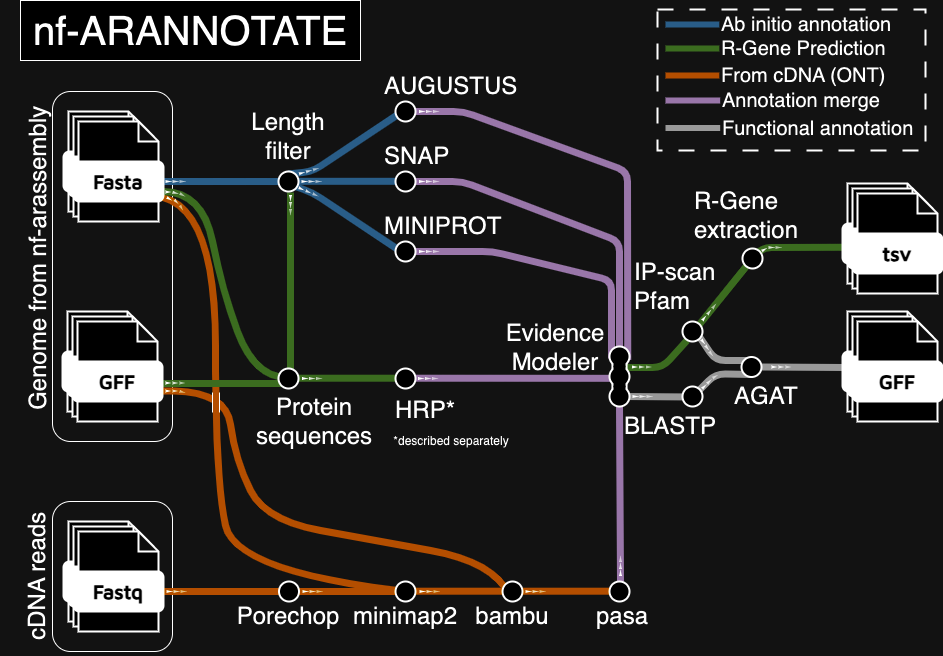
Above: nf-arannotate.tubes.png in nschan/nf-annotate (draw.io), before the change. Source tidied: cells renumbered, new cells last; positions are measured from the earlier drawing's top-left corner, leaving out a move shared by most shapes.
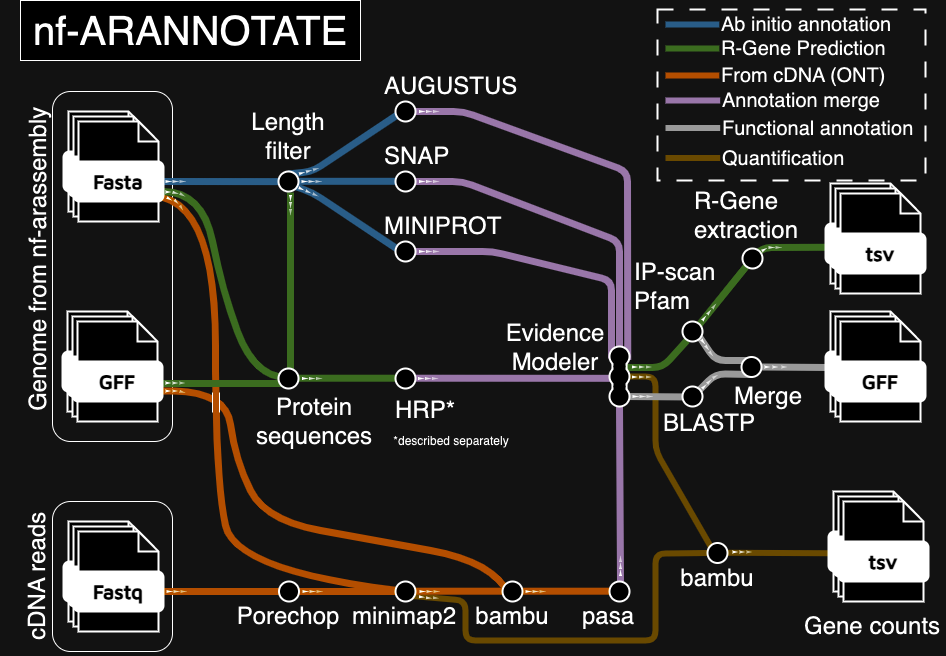
The same file after the commit.

Change to the diagram source:
```diff
@@ -2,6 +2,30 @@
   <root>
     <mxCell id="0" />
     <mxCell id="1" parent="0" />
+    <mxCell id="249" style="endArrow=none;html=1;rounded=1;strokeWidth=6;strokeColor=#D6B656;fillColor=#fff2cc;entryX=0.167;entryY=0.401;entryDx=0;entryDy=0;gradientColor=#ffd966;entryPerimeter=0;" parent="1" edge="1">
+      <mxGeometry relative="1" as="geometry">
+        <mxPoint x="727" y="552.2" as="sourcePoint" />
+        <mxPoint x="835" y="552.8" as="targetPoint" />
+      </mxGeometry>
+    </mxCell>
+    <mxCell id="250" style="endArrow=none;html=1;rounded=1;strokeWidth=6;strokeColor=#D6B656;exitX=0.879;exitY=0.729;exitDx=0;exitDy=0;exitPerimeter=0;" parent="1" edge="1" source="113" target="252">
+      <mxGeometry relative="1" as="geometry">
+        <Array as="points">
+          <mxPoint x="465" y="600" />
+          <mxPoint x="465" y="640" />
+          <mxPoint x="655" y="640" />
+          <mxPoint x="655" y="553" />
+        </Array>
+      </mxGeometry>
+    </mxCell>
+    <mxCell id="251" style="endArrow=none;html=1;rounded=1;strokeWidth=6;strokeColor=#D6B656;entryX=0;entryY=0;entryDx=0;entryDy=0;exitX=1;exitY=0.5;exitDx=0;exitDy=0;" parent="1" edge="1" source="155" target="252">
+      <mxGeometry relative="1" as="geometry">
+        <Array as="points">
+          <mxPoint x="655" y="376" />
+          <mxPoint x="655" y="450" />
+        </Array>
+      </mxGeometry>
+    </mxCell>
     <mxCell id="2" style="rounded=1;whiteSpace=wrap;html=1;fillColor=none;" parent="1" vertex="1">
       <mxGeometry x="52" y="91" width="120" height="350" as="geometry" />
     </mxCell>
@@ -26,13 +50,13 @@
       <mxGeometry width="25" height="3" as="geometry" />
     </mxCell>
     <mxCell id="7" style="triangle;whiteSpace=wrap;html=1;rotation=0;fillColor=#000000;strokeColor=none;" parent="6" vertex="1">
-      <mxGeometry width="6" height="3" as="geometry" />
+      <mxGeometry x="-7" width="6" height="3" as="geometry" />
     </mxCell>
     <mxCell id="8" style="triangle;whiteSpace=wrap;html=1;rotation=0;fillColor=#000000;opacity=80;strokeColor=none;" parent="6" vertex="1">
-      <mxGeometry x="7" width="6" height="3" as="geometry" />
+      <mxGeometry x="1" width="6" height="3" as="geometry" />
     </mxCell>
-    <mxCell id="9" style="triangle;whiteSpace=wrap;html=1;rotation=0;fillColor=#000000;strokeColor=none;opacity=60;" parent="6" vertex="1">
-      <mxGeometry x="14" width="6" height="3" as="geometry" />
+    <mxCell id="9" style="triangle;whiteSpace=wrap;html=1;rotation=-90;fillColor=#000000;strokeColor=none;opacity=60;direction=south;" parent="6" vertex="1">
+      <mxGeometry x="11.5" y="-1.5" width="3" height="6" as="geometry" />
     </mxCell>
     <mxCell id="10" style="endArrow=none;html=1;rounded=1;strokeWidth=7;strokeColor=#666666;exitX=0.569;exitY=0.872;exitDx=0;exitDy=0;exitPerimeter=0;" parent="1" edge="1" source="240">
       <mxGeometry relative="1" as="geometry">
@@ -435,9 +459,6 @@
     <mxCell id="118" style="triangle;whiteSpace=wrap;html=1;rotation=0;fillColor=#000000;strokeColor=none;opacity=60;" parent="115" vertex="1">
       <mxGeometry x="14" width="6" height="3" as="geometry" />
     </mxCell>
-    <mxCell id="119" value="minimap2" style="text;html=1;align=center;verticalAlign=middle;whiteSpace=wrap;rounded=0;fontSize=24;" parent="1" vertex="1">
-      <mxGeometry x="345" y="601" width="120" height="30" as="geometry" />
-    </mxCell>
     <mxCell id="120" style="group;" parent="1" vertex="1">
       <mxGeometry x="165" y="389" width="25" height="3" as="geometry" />
     </mxCell>
@@ -487,7 +508,7 @@
       <mxGeometry x="14" width="6" height="3" as="geometry" />
     </mxCell>
     <mxCell id="136" value="pasa" style="text;html=1;align=center;verticalAlign=middle;whiteSpace=wrap;rounded=0;fontSize=24;" parent="1" vertex="1">
-      <mxGeometry x="562" y="601" width="120" height="30" as="geometry" />
+      <mxGeometry x="548" y="601" width="120" height="30" as="geometry" />
     </mxCell>
     <mxCell id="137" style="group;rotation=-90;" parent="1" vertex="1">
       <mxGeometry x="572" y="531" width="96" height="3" as="geometry" />
@@ -632,7 +653,7 @@
       <mxGeometry x="495" y="318" width="120" height="57" as="geometry" />
     </mxCell>
     <mxCell id="179" style="group;" parent="1" vertex="1">
-      <mxGeometry x="842" y="311" width="100" height="110" as="geometry" />
+      <mxGeometry x="825" y="311" width="100" height="110" as="geometry" />
     </mxCell>
     <mxCell id="180" style="shape=note;whiteSpace=wrap;html=1;backgroundOutline=1;darkOpacity=0.05;rounded=1;size=20;strokeWidth=2;" parent="179" vertex="1">
       <mxGeometry x="5" width="80" height="100" as="geometry" />
@@ -720,7 +741,7 @@
       <mxGeometry x="692" y="190" width="120" height="50" as="geometry" />
     </mxCell>
     <mxCell id="207" style="group;" parent="1" vertex="1">
-      <mxGeometry x="842" y="183" width="100" height="110" as="geometry" />
+      <mxGeometry x="825" y="183" width="100" height="110" as="geometry" />
     </mxCell>
     <mxCell id="208" style="shape=note;whiteSpace=wrap;html=1;backgroundOutline=1;darkOpacity=0.05;rounded=1;size=20;strokeWidth=2;" parent="207" vertex="1">
       <mxGeometry x="5" width="80" height="100" as="geometry" />
@@ -759,7 +780,7 @@
       <mxGeometry x="682" y="386" width="20" height="20" as="geometry" />
     </mxCell>
     <mxCell id="220" value="BLASTP" style="text;html=1;align=left;verticalAlign=middle;whiteSpace=wrap;rounded=0;fontSize=24;" parent="1" vertex="1">
-      <mxGeometry x="621.8" y="401" width="100" height="50" as="geometry" />
+      <mxGeometry x="661" y="397.5" width="100" height="50" as="geometry" />
     </mxCell>
     <mxCell id="221" style="group;rotation=-45;" parent="1" vertex="1">
       <mxGeometry x="697.8" y="377.5" width="25" height="3" as="geometry" />
@@ -791,7 +812,7 @@
       </mxGeometry>
     </mxCell>
     <mxCell id="230" style="rounded=0;whiteSpace=wrap;html=1;fillColor=none;dashed=1;dashPattern=8 8;strokeWidth=2;" parent="1" vertex="1">
-      <mxGeometry x="657" y="9" width="268" height="141" as="geometry" />
+      <mxGeometry x="657" y="9" width="268" height="171" as="geometry" />
     </mxCell>
     <mxCell id="231" style="endArrow=none;html=1;rounded=1;strokeWidth=6;strokeColor=#7EB2DD;entryX=0;entryY=0.5;entryDx=0;entryDy=0;" parent="1" edge="1" target="236">
       <mxGeometry relative="1" as="geometry">
@@ -831,7 +852,7 @@
     <mxCell id="240" style="ellipse;whiteSpace=wrap;html=1;rounded=1;rotation=0;strokeWidth=2;" parent="1" vertex="1">
       <mxGeometry x="741" y="356.5" width="20" height="20" as="geometry" />
     </mxCell>
-    <mxCell id="241" value="AGAT" style="text;html=1;align=left;verticalAlign=middle;whiteSpace=wrap;rounded=0;fontSize=24;" parent="1" vertex="1">
+    <mxCell id="241" value="Merge" style="text;html=1;align=left;verticalAlign=middle;whiteSpace=wrap;rounded=0;fontSize=24;" parent="1" vertex="1">
       <mxGeometry x="732" y="371" width="73" height="50" as="geometry" />
     </mxCell>
     <mxCell id="242" style="group;rotation=30;" parent="1" vertex="1">
@@ -861,5 +882,91 @@
         <mxPoint x="219" y="392" as="targetPoint" />
       </mxGeometry>
     </mxCell>
+    <mxCell id="252" style="ellipse;whiteSpace=wrap;html=1;rounded=1;rotation=0;strokeWidth=2;" parent="1" vertex="1">
+      <mxGeometry x="707" y="542.5" width="20" height="20" as="geometry" />
+    </mxCell>
+    <mxCell id="253" value="bambu" style="text;html=1;align=center;verticalAlign=middle;whiteSpace=wrap;rounded=0;fontSize=24;" parent="1" vertex="1">
+      <mxGeometry x="657" y="562.5" width="120" height="30" as="geometry" />
+    </mxCell>
+    <mxCell id="254" style="group;" parent="1" vertex="1">
+      <mxGeometry x="631.5" y="375" width="25" height="3" as="geometry" />
+    </mxCell>
+    <mxCell id="255" style="group;" parent="254" vertex="1">
+      <mxGeometry width="25" height="3" as="geometry" />
+    </mxCell>
+    <mxCell id="256" style="triangle;whiteSpace=wrap;html=1;rotation=0;fillColor=#000000;strokeColor=none;" parent="255" vertex="1">
+      <mxGeometry width="6" height="3" as="geometry" />
+    </mxCell>
+    <mxCell id="257" style="triangle;whiteSpace=wrap;html=1;rotation=0;fillColor=#000000;opacity=80;strokeColor=none;" parent="255" vertex="1">
+      <mxGeometry x="7" width="6" height="3" as="geometry" />
+    </mxCell>
+    <mxCell id="258" style="triangle;whiteSpace=wrap;html=1;rotation=0;fillColor=#000000;strokeColor=none;opacity=60;" parent="255" vertex="1">
+      <mxGeometry x="14" width="6" height="3" as="geometry" />
+    </mxCell>
+    <mxCell id="259" style="group;" parent="1" vertex="1">
+      <mxGeometry x="828" y="491" width="100" height="110" as="geometry" />
+    </mxCell>
+    <mxCell id="260" style="shape=note;whiteSpace=wrap;html=1;backgroundOutline=1;darkOpacity=0.05;rounded=1;size=20;strokeWidth=2;" parent="259" vertex="1">
+      <mxGeometry x="5" width="80" height="100" as="geometry" />
+    </mxCell>
+    <mxCell id="261" value="&lt;font face=&quot;Maven Pro&quot; color=&quot;#ffffff&quot;&gt;&lt;b&gt;&lt;font style=&quot;font-size: 20px;&quot;&gt;Fastq&lt;/font&gt;&lt;/b&gt;&lt;/font&gt;" style="rounded=1;whiteSpace=wrap;html=1;strokeWidth=2;fillColor=#000000;" parent="259" vertex="1">
+      <mxGeometry y="40" width="90" height="40" as="geometry" />
+    </mxCell>
+    <mxCell id="262" style="shape=note;whiteSpace=wrap;html=1;backgroundOutline=1;darkOpacity=0.05;rounded=1;size=20;strokeWidth=2;" parent="259" vertex="1">
+      <mxGeometry x="10" y="5" width="80" height="100" as="geometry" />
+    </mxCell>
+    <mxCell id="263" value="&lt;font face=&quot;Maven Pro&quot; color=&quot;#ffffff&quot;&gt;&lt;b&gt;&lt;font style=&quot;font-size: 20px;&quot;&gt;Fastq&lt;/font&gt;&lt;/b&gt;&lt;/font&gt;" style="rounded=1;whiteSpace=wrap;html=1;strokeWidth=2;fillColor=#000000;" parent="259" vertex="1">
+      <mxGeometry x="5" y="45" width="90" height="40" as="geometry" />
+    </mxCell>
+    <mxCell id="264" style="shape=note;whiteSpace=wrap;html=1;backgroundOutline=1;darkOpacity=0.05;rounded=1;size=20;strokeWidth=2;" parent="259" vertex="1">
+      <mxGeometry x="15" y="10" width="80" height="100" as="geometry" />
+    </mxCell>
+    <mxCell id="265" value="&lt;font face=&quot;Maven Pro&quot; color=&quot;#ffffff&quot;&gt;&lt;b&gt;&lt;font style=&quot;font-size: 20px;&quot;&gt;tsv&lt;/font&gt;&lt;/b&gt;&lt;/font&gt;" style="rounded=1;whiteSpace=wrap;html=1;strokeWidth=2;fillColor=#000000;" parent="259" vertex="1">
+      <mxGeometry x="10" y="50" width="90" height="40" as="geometry" />
+    </mxCell>
+    <mxCell id="266" value="Gene counts" style="text;html=1;align=left;verticalAlign=middle;whiteSpace=wrap;rounded=0;fontSize=24;" parent="1" vertex="1">
+      <mxGeometry x="802" y="601" width="143" height="50" as="geometry" />
+    </mxCell>
+    <mxCell id="119" value="minimap2" style="text;html=1;align=center;verticalAlign=middle;whiteSpace=wrap;rounded=0;fontSize=24;" parent="1" vertex="1">
+      <mxGeometry x="343.5" y="601" width="120" height="30" as="geometry" />
+    </mxCell>
+    <mxCell id="267" style="endArrow=none;html=1;rounded=1;strokeWidth=6;strokeColor=#D6B656;fillColor=#fff2cc;entryX=0;entryY=0.5;entryDx=0;entryDy=0;gradientColor=#ffd966;" parent="1" edge="1" target="268">
+      <mxGeometry relative="1" as="geometry">
+        <mxPoint x="665" y="157.5" as="sourcePoint" />
+      </mxGeometry>
+    </mxCell>
+    <mxCell id="268" value="Quantification" style="text;html=1;align=left;verticalAlign=middle;whiteSpace=wrap;rounded=0;fontSize=20;" parent="1" vertex="1">
+      <mxGeometry x="719.7" y="142.5" width="195.3" height="30" as="geometry" />
+    </mxCell>
+    <mxCell id="269" style="group;rotation=4.6;" parent="1" vertex="1">
+      <mxGeometry x="418.5" y="596" width="25" height="3" as="geometry" />
+    </mxCell>
+    <mxCell id="270" style="group;rotation=4.6;" parent="269" vertex="1">
+      <mxGeometry width="25" height="3" as="geometry" />
+    </mxCell>
+    <mxCell id="271" style="triangle;whiteSpace=wrap;html=1;rotation=4.6;fillColor=#000000;strokeColor=none;" parent="270" vertex="1">
+      <mxGeometry y="-1" width="6" height="3" as="geometry" />
+    </mxCell>
+    <mxCell id="272" style="triangle;whiteSpace=wrap;html=1;rotation=4.6;fillColor=#000000;opacity=80;strokeColor=none;" parent="270" vertex="1">
+      <mxGeometry x="7" width="6" height="3" as="geometry" />
+    </mxCell>
+    <mxCell id="273" style="triangle;whiteSpace=wrap;html=1;rotation=4.6;fillColor=#000000;strokeColor=none;opacity=60;" parent="270" vertex="1">
+      <mxGeometry x="14" width="6" height="3" as="geometry" />
+    </mxCell>
+    <mxCell id="274" style="group;" parent="1" vertex="1">
+      <mxGeometry x="732" y="550" width="25" height="3" as="geometry" />
+    </mxCell>
+    <mxCell id="275" style="group;" parent="274" vertex="1">
+      <mxGeometry width="25" height="3" as="geometry" />
+    </mxCell>
+    <mxCell id="276" style="triangle;whiteSpace=wrap;html=1;rotation=0;fillColor=#000000;strokeColor=none;" parent="275" vertex="1">
+      <mxGeometry width="6" height="3" as="geometry" />
+    </mxCell>
+    <mxCell id="277" style="triangle;whiteSpace=wrap;html=1;rotation=0;fillColor=#000000;opacity=80;strokeColor=none;" parent="275" vertex="1">
+      <mxGeometry x="7" width="6" height="3" as="geometry" />
+    </mxCell>
+    <mxCell id="278" style="triangle;whiteSpace=wrap;html=1;rotation=0;fillColor=#000000;strokeColor=none;opacity=60;" parent="275" vertex="1">
+      <mxGeometry x="14" width="6" height="3" as="geometry" />
+    </mxCell>
   </root>
 </mxGraphModel>
```
